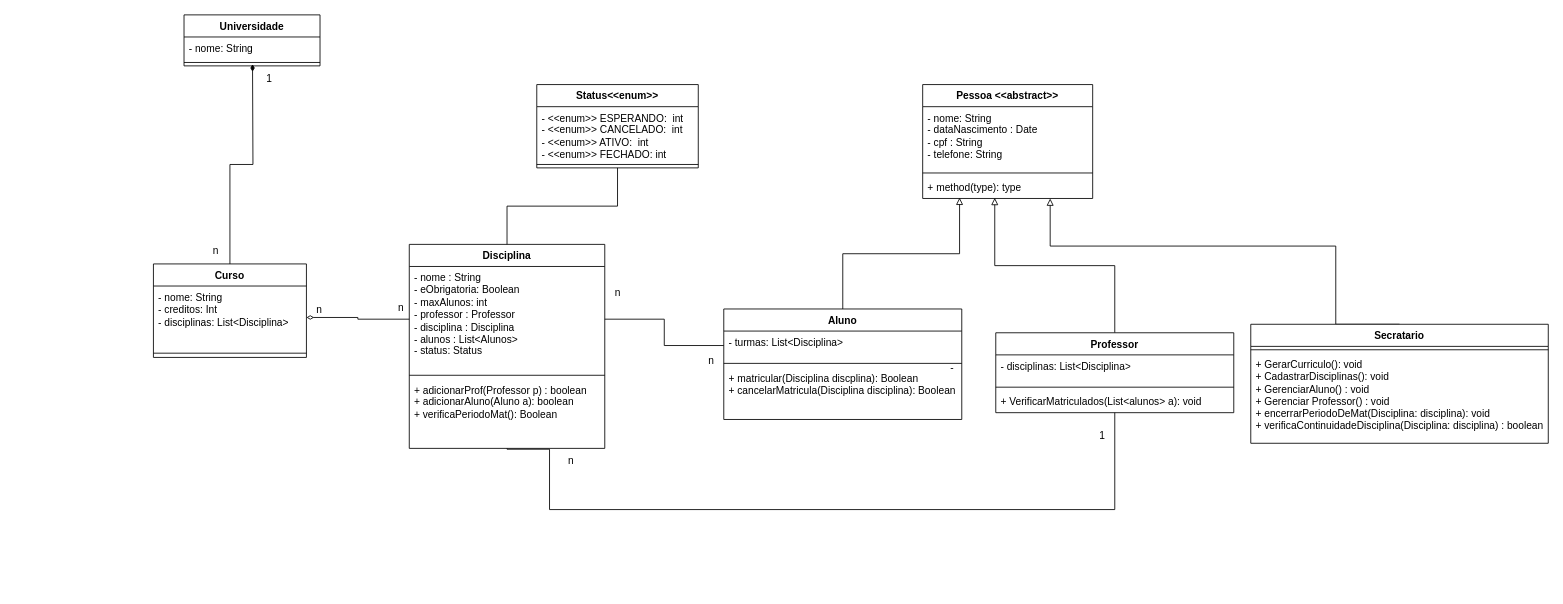
The draw.io diagram projeto/diagramas/DiagramaDeClasses.drawio in LDS-G5/Projeto-1, before the edit. Source tidied: cells renumbered, new cells numbered last; positions are measured from the earlier drawing's top-left corner, leaving out a move shared by most shapes. Both pictures are drawn from the tidied source at 85%, with x=0, y=0 at pixel (153, 14).
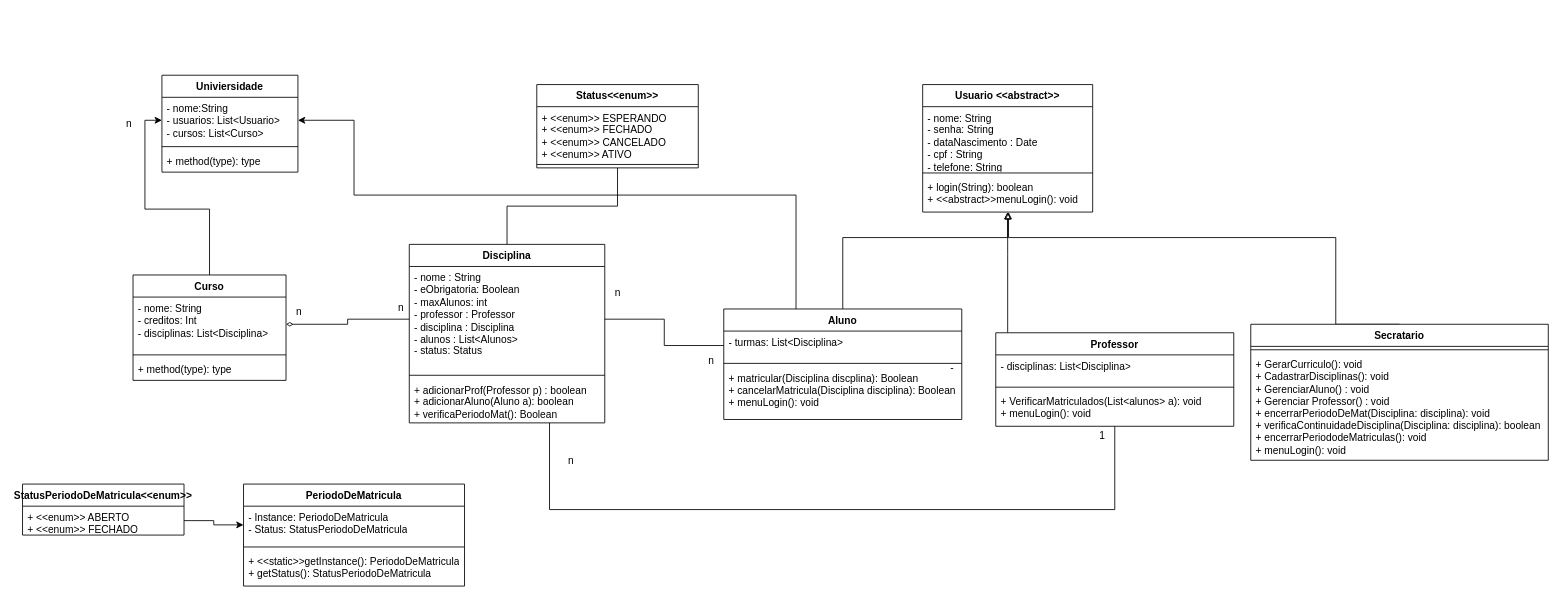
Above is the later version.

Commit message:
atualizado diagrama

Unchanged cells that the change refers to:
```xml
<mxCell id="34" value="Aluno" style="swimlane;fontStyle=1;align=center;verticalAlign=top;horizontal=1;startSize=26;whiteSpace=wrap;html=1;" parent="1" vertex="1">
  <mxGeometry x="671" y="346" width="280" height="130" as="geometry" />
</mxCell>
<mxCell id="43" value="Status&amp;lt;&amp;lt;enum&amp;gt;&amp;gt;" style="swimlane;fontStyle=1;align=center;verticalAlign=top;horizontal=1;startSize=26;whiteSpace=wrap;html=1;" parent="1" vertex="1">
  <mxGeometry x="451" y="82" width="190" height="98" as="geometry" />
</mxCell>
```

What changed in the source:
```diff
@@
-    <mxCell id="2" style="edgeStyle=orthogonalEdgeStyle;rounded=0;jettySize=auto;html=1;entryX=0.566;entryY=1;entryDx=0;entryDy=0;endArrow=diamondThin;endFill=1;entryPerimeter=0;" parent="1" edge="1" source="3">
-      <mxGeometry relative="1" as="geometry">
-        <mxPoint x="116.6" y="58" as="targetPoint" />
-      </mxGeometry>
-    </mxCell>
-    <mxCell id="3" value="Curso" style="swimlane;fontStyle=1;align=center;verticalAlign=top;horizontal=1;startSize=26;whiteSpace=wrap;html=1;swimlaneFillColor=default;" parent="1" vertex="1">
-      <mxGeometry y="293" width="180" height="110" as="geometry" />
-    </mxCell>
-    <mxCell id="4" value="- nome: String&lt;br&gt;- creditos: Int&lt;br&gt;- disciplinas: List&amp;lt;Disciplina&amp;gt;" style="text;strokeColor=none;fillColor=none;align=left;verticalAlign=top;spacingLeft=4;spacingRight=4;overflow=hidden;points=[[0,0.5],[1,0.5]];portConstraint=eastwest;whiteSpace=wrap;html=1;swimlaneFillColor=default;" parent="3" vertex="1">
-      <mxGeometry y="26" width="180" height="74" as="geometry" />
-    </mxCell>
-    <mxCell id="5" style="line;strokeWidth=1;fillColor=none;align=left;verticalAlign=middle;spacingTop=-1;spacingLeft=3;spacingRight=3;labelPosition=right;strokeColor=inherit;swimlaneFillColor=default;" parent="3" vertex="1">
-      <mxGeometry y="100" width="180" height="10" as="geometry" />
-    </mxCell>
     <mxCell id="6" value="Disciplina" style="swimlane;fontStyle=1;align=center;verticalAlign=top;horizontal=1;startSize=26;whiteSpace=wrap;html=1;" parent="1" vertex="1">
-      <mxGeometry x="301" y="270" width="230" height="240" as="geometry" />
+      <mxGeometry x="301" y="270" width="230" height="210" as="geometry" />
     </mxCell>
@@
     <mxCell id="9" value="+ adicionarProf(Professor p) : boolean&lt;br&gt;+ adicionarAluno(Aluno a): boolean&lt;br&gt;+ verificaPeriodoMat(): Boolean" style="text;strokeColor=none;fillColor=none;align=left;verticalAlign=top;spacingLeft=4;spacingRight=4;overflow=hidden;points=[[0,0.5],[1,0.5]];portConstraint=eastwest;whiteSpace=wrap;html=1;" parent="6" vertex="1">
-      <mxGeometry y="158" width="230" height="82" as="geometry" />
+      <mxGeometry y="158" width="230" height="52" as="geometry" />
     </mxCell>
-    <mxCell id="10" value="Universidade" style="swimlane;fontStyle=1;align=center;verticalAlign=top;horizontal=1;startSize=26;whiteSpace=wrap;html=1;" parent="1" vertex="1">
-      <mxGeometry x="36" width="160" height="60" as="geometry" />
-    </mxCell>
-    <mxCell id="11" value="- nome: String" style="text;strokeColor=none;fillColor=none;align=left;verticalAlign=top;spacingLeft=4;spacingRight=4;overflow=hidden;whiteSpace=wrap;html=1;" parent="10" vertex="1">
-      <mxGeometry y="26" width="160" height="26" as="geometry" />
-    </mxCell>
-    <mxCell id="12" style="line;strokeWidth=1;fillColor=none;align=left;verticalAlign=middle;spacingTop=-1;spacingLeft=3;spacingRight=3;labelPosition=right;strokeColor=inherit;" parent="10" vertex="1">
-      <mxGeometry y="52" width="160" height="8" as="geometry" />
-    </mxCell>
     <mxCell id="13" value="n" style="text;html=1;align=center;verticalAlign=middle;strokeColor=none;fillColor=none;" parent="1" vertex="1">
-      <mxGeometry x="58" y="263" width="30" height="30" as="geometry" />
+      <mxGeometry x="-44" y="113" width="30" height="30" as="geometry" />
     </mxCell>
     <mxCell id="14" style="edgeStyle=orthogonalEdgeStyle;rounded=0;jettySize=auto;html=1;endArrow=block;endFill=0;exitX=0.5;exitY=0;exitDx=0;exitDy=0;" parent="1" edge="1" source="15" target="21">
       <mxGeometry relative="1" as="geometry">
         <Array as="points">
-          <mxPoint x="1391" y="272" />
-          <mxPoint x="1055" y="272" />
+          <mxPoint x="1391" y="364" />
+          <mxPoint x="1391" y="262" />
+          <mxPoint x="1006" y="262" />
         </Array>
       </mxGeometry>
     </mxCell>
     <mxCell id="15" value="Secratario" style="swimlane;fontStyle=1;align=center;verticalAlign=top;horizontal=1;startSize=26;whiteSpace=wrap;html=1;" parent="1" vertex="1">
-      <mxGeometry x="1291" y="364" width="350" height="140" as="geometry" />
+      <mxGeometry x="1291" y="364" width="350" height="160" as="geometry" />
     </mxCell>
@@
-    <mxCell id="17" value="+ GerarCurriculo(): void&lt;br&gt;+ CadastrarDisciplinas(): void&lt;br&gt;+ GerenciarAluno() : void&lt;br&gt;+ Gerenciar Professor() : void&lt;br&gt;+ encerrarPeriodoDeMat(Disciplina: disciplina): void&lt;br&gt;+ verificaContinuidadeDisciplina(Disciplina: disciplina) : boolean" style="text;strokeColor=none;fillColor=none;align=left;verticalAlign=top;spacingLeft=4;spacingRight=4;overflow=hidden;whiteSpace=wrap;html=1;" parent="15" vertex="1">
-      <mxGeometry y="34" width="350" height="106" as="geometry" />
+    <mxCell id="17" value="+ GerarCurriculo(): void&lt;br&gt;+ CadastrarDisciplinas(): void&lt;br&gt;+ GerenciarAluno() : void&lt;br&gt;+ Gerenciar Professor() : void&lt;br&gt;+ encerrarPeriodoDeMat(Disciplina: disciplina): void&lt;br&gt;+ verificaContinuidadeDisciplina(Disciplina: disciplina): boolean&lt;br&gt;+ encerrarPeriododeMatriculas(): void&lt;br&gt;+ menuLogin(): void" style="text;strokeColor=none;fillColor=none;align=left;verticalAlign=top;spacingLeft=4;spacingRight=4;overflow=hidden;whiteSpace=wrap;html=1;" parent="15" vertex="1">
+      <mxGeometry y="34" width="350" height="126" as="geometry" />
     </mxCell>
-    <mxCell id="18" value="Pessoa &amp;lt;&amp;lt;abstract&amp;gt;&amp;gt;" style="swimlane;fontStyle=1;align=center;verticalAlign=top;horizontal=1;startSize=26;whiteSpace=wrap;html=1;" parent="1" vertex="1">
-      <mxGeometry x="905" y="82" width="200" height="134" as="geometry" />
+    <mxCell id="18" value="Usuario &amp;lt;&amp;lt;abstract&amp;gt;&amp;gt;" style="swimlane;fontStyle=1;align=center;verticalAlign=top;horizontal=1;startSize=26;whiteSpace=wrap;html=1;" parent="1" vertex="1">
+      <mxGeometry x="905" y="82" width="200" height="150" as="geometry" />
     </mxCell>
-    <mxCell id="19" value="- nome: String&lt;br&gt;- dataNascimento : Date&lt;br&gt;- cpf : String&lt;br&gt;- telefone: String" style="text;strokeColor=none;fillColor=none;align=left;verticalAlign=top;spacingLeft=4;spacingRight=4;overflow=hidden;whiteSpace=wrap;html=1;" parent="18" vertex="1">
+    <mxCell id="19" value="- nome: String&lt;br&gt;- senha: String&lt;br&gt;- dataNascimento : Date&lt;br&gt;- cpf : String&lt;br&gt;- telefone: String" style="text;strokeColor=none;fillColor=none;align=left;verticalAlign=top;spacingLeft=4;spacingRight=4;overflow=hidden;whiteSpace=wrap;html=1;" parent="18" vertex="1">
       <mxGeometry y="26" width="200" height="74" as="geometry" />
     </mxCell>
@@
-    <mxCell id="21" value="+ method(type): type" style="text;strokeColor=none;fillColor=none;align=left;verticalAlign=top;spacingLeft=4;spacingRight=4;overflow=hidden;points=[[0,0.5],[1,0.5]];portConstraint=eastwest;whiteSpace=wrap;html=1;" parent="18" vertex="1">
-      <mxGeometry y="108" width="200" height="26" as="geometry" />
+    <mxCell id="21" value="+ login(String): boolean&lt;br&gt;+ &amp;lt;&amp;lt;abstract&amp;gt;&amp;gt;menuLogin(): void" style="text;strokeColor=none;fillColor=none;align=left;verticalAlign=top;spacingLeft=4;spacingRight=4;overflow=hidden;points=[[0,0.5],[1,0.5]];portConstraint=eastwest;whiteSpace=wrap;html=1;" parent="18" vertex="1">
+      <mxGeometry y="108" width="200" height="42" as="geometry" />
     </mxCell>
@@
-    <mxCell id="25" value="1" style="text;html=1;align=center;verticalAlign=middle;strokeColor=none;fillColor=none;" parent="1" vertex="1">
-      <mxGeometry x="121" y="60" width="30" height="30" as="geometry" />
-    </mxCell>
@@
-    <mxCell id="27" style="edgeStyle=orthogonalEdgeStyle;rounded=0;jettySize=auto;html=1;entryX=0.424;entryY=0.972;entryDx=0;entryDy=0;entryPerimeter=0;endArrow=block;endFill=0;" parent="1" edge="1" source="29" target="21">
-      <mxGeometry relative="1" as="geometry" />
+    <mxCell id="27" style="edgeStyle=orthogonalEdgeStyle;rounded=0;jettySize=auto;html=1;endArrow=block;endFill=0;" parent="1" edge="1" source="29" target="21">
+      <mxGeometry relative="1" as="geometry">
+        <Array as="points">
+          <mxPoint x="1005" y="282" />
+          <mxPoint x="1005" y="282" />
+        </Array>
+      </mxGeometry>
     </mxCell>
     <mxCell id="28" style="edgeStyle=orthogonalEdgeStyle;rounded=0;jettySize=auto;html=1;endArrow=none;endFill=0;" parent="1" edge="1" source="29" target="9">
       <mxGeometry relative="1" as="geometry">
         <Array as="points">
           <mxPoint x="1131" y="582" />
           <mxPoint x="466" y="582" />
-          <mxPoint x="466" y="511" />
-          <mxPoint x="416" y="511" />
         </Array>
       </mxGeometry>
     </mxCell>
     <mxCell id="29" value="Professor" style="swimlane;fontStyle=1;align=center;verticalAlign=top;horizontal=1;startSize=26;whiteSpace=wrap;html=1;" parent="1" vertex="1">
-      <mxGeometry x="991" y="374" width="280" height="94" as="geometry" />
+      <mxGeometry x="991" y="374" width="280" height="110" as="geometry" />
     </mxCell>
@@
-    <mxCell id="32" value="+ VerificarMatriculados(List&amp;lt;alunos&amp;gt; a): void" style="text;strokeColor=none;fillColor=none;align=left;verticalAlign=top;spacingLeft=4;spacingRight=4;overflow=hidden;whiteSpace=wrap;html=1;" parent="29" vertex="1">
-      <mxGeometry y="68" width="280" height="26" as="geometry" />
+    <mxCell id="32" value="+ VerificarMatriculados(List&amp;lt;alunos&amp;gt; a): void&lt;br&gt;+ menuLogin(): void" style="text;strokeColor=none;fillColor=none;align=left;verticalAlign=top;spacingLeft=4;spacingRight=4;overflow=hidden;whiteSpace=wrap;html=1;" parent="29" vertex="1">
+      <mxGeometry y="68" width="280" height="42" as="geometry" />
     </mxCell>
-    <mxCell id="33" style="edgeStyle=orthogonalEdgeStyle;rounded=0;jettySize=auto;html=1;entryX=0.217;entryY=0.962;entryDx=0;entryDy=0;entryPerimeter=0;endArrow=block;endFill=0;" parent="1" edge="1" source="34" target="21">
-      <mxGeometry relative="1" as="geometry" />
+    <mxCell id="33" style="edgeStyle=orthogonalEdgeStyle;rounded=0;jettySize=auto;html=1;endArrow=block;endFill=0;" parent="1" edge="1" source="34" target="21">
+      <mxGeometry relative="1" as="geometry">
+        <Array as="points">
+          <mxPoint x="811" y="262" />
+          <mxPoint x="1005" y="262" />
+        </Array>
+      </mxGeometry>
     </mxCell>
+    <mxCell id="47" style="edgeStyle=orthogonalEdgeStyle;rounded=0;jettySize=auto;html=1;" parent="1" edge="1" source="34" target="56">
+      <mxGeometry relative="1" as="geometry">
+        <Array as="points">
+          <mxPoint x="756" y="212" />
+          <mxPoint x="236" y="212" />
+          <mxPoint x="236" y="124" />
+        </Array>
+      </mxGeometry>
+    </mxCell>
@@
-    <mxCell id="37" value="+ matricular(Disciplina discplina): Boolean&lt;br&gt;+ cancelarMatricula(Disciplina disciplina): Boolean" style="text;strokeColor=none;fillColor=none;align=left;verticalAlign=top;spacingLeft=4;spacingRight=4;overflow=hidden;whiteSpace=wrap;html=1;" parent="34" vertex="1">
+    <mxCell id="37" value="+ matricular(Disciplina discplina): Boolean&lt;br&gt;+ cancelarMatricula(Disciplina disciplina): Boolean&lt;br&gt;+ menuLogin(): void" style="text;strokeColor=none;fillColor=none;align=left;verticalAlign=top;spacingLeft=4;spacingRight=4;overflow=hidden;whiteSpace=wrap;html=1;" parent="34" vertex="1">
       <mxGeometry y="68" width="280" height="62" as="geometry" />
     </mxCell>
@@
     <mxCell id="39" value="n" style="text;html=1;align=center;verticalAlign=middle;strokeColor=none;fillColor=none;" parent="1" vertex="1">
-      <mxGeometry x="180" y="332" width="30" height="30" as="geometry" />
+      <mxGeometry x="156" y="334" width="30" height="30" as="geometry" />
     </mxCell>
@@
-    <mxCell id="44" value="- &amp;lt;&amp;lt;enum&amp;gt;&amp;gt; ESPERANDO:&amp;nbsp; int&lt;br&gt;- &amp;lt;&amp;lt;enum&amp;gt;&amp;gt; CANCELADO:&amp;nbsp; int&lt;br&gt;- &amp;lt;&amp;lt;enum&amp;gt;&amp;gt; ATIVO:&amp;nbsp; int&lt;br&gt;- &amp;lt;&amp;lt;enum&amp;gt;&amp;gt; FECHADO: int" style="text;strokeColor=none;fillColor=none;align=left;verticalAlign=top;spacingLeft=4;spacingRight=4;overflow=hidden;whiteSpace=wrap;html=1;" parent="43" vertex="1">
+    <mxCell id="44" value="+ &amp;lt;&amp;lt;enum&amp;gt;&amp;gt; ESPERANDO&lt;br&gt;+ &amp;lt;&amp;lt;enum&amp;gt;&amp;gt; FECHADO&lt;br&gt;+ &amp;lt;&amp;lt;enum&amp;gt;&amp;gt; CANCELADO&lt;br&gt;+ &amp;lt;&amp;lt;enum&amp;gt;&amp;gt; ATIVO" style="text;strokeColor=none;fillColor=none;align=left;verticalAlign=top;spacingLeft=4;spacingRight=4;overflow=hidden;whiteSpace=wrap;html=1;" parent="43" vertex="1">
       <mxGeometry y="26" width="190" height="64" as="geometry" />
     </mxCell>
@@
+    <mxCell id="48" value="StatusPeriodoDeMatricula&amp;lt;&amp;lt;enum&amp;gt;&amp;gt;" style="swimlane;fontStyle=1;align=center;verticalAlign=top;horizontal=1;startSize=26;whiteSpace=wrap;html=1;" parent="1" vertex="1">
+      <mxGeometry x="-154" y="552" width="190" height="60" as="geometry" />
+    </mxCell>
+    <mxCell id="49" value="+ &amp;lt;&amp;lt;enum&amp;gt;&amp;gt; ABERTO&lt;br&gt;+ &amp;lt;&amp;lt;enum&amp;gt;&amp;gt; FECHADO&lt;br&gt;" style="text;strokeColor=none;fillColor=none;align=left;verticalAlign=top;spacingLeft=4;spacingRight=4;overflow=hidden;points=[[0,0.5],[1,0.5]];portConstraint=eastwest;whiteSpace=wrap;html=1;" parent="48" vertex="1">
+      <mxGeometry y="26" width="190" height="34" as="geometry" />
+    </mxCell>
+    <mxCell id="50" value="PeriodoDeMatricula" style="swimlane;fontStyle=1;align=center;verticalAlign=top;horizontal=1;startSize=26;whiteSpace=wrap;html=1;" parent="1" vertex="1">
+      <mxGeometry x="106" y="552" width="260" height="120" as="geometry" />
+    </mxCell>
+    <mxCell id="51" value="- Instance: PeriodoDeMatricula&lt;br&gt;- Status: StatusPeriodoDeMatricula" style="text;strokeColor=none;fillColor=none;align=left;verticalAlign=top;spacingLeft=4;spacingRight=4;overflow=hidden;points=[[0,0.5],[1,0.5]];portConstraint=eastwest;whiteSpace=wrap;html=1;" parent="50" vertex="1">
+      <mxGeometry y="26" width="260" height="44" as="geometry" />
+    </mxCell>
+    <mxCell id="52" style="line;strokeWidth=1;fillColor=none;align=left;verticalAlign=middle;spacingTop=-1;spacingLeft=3;spacingRight=3;labelPosition=right;strokeColor=inherit;" parent="50" vertex="1">
+      <mxGeometry y="70" width="260" height="8" as="geometry" />
+    </mxCell>
+    <mxCell id="53" value="+ &amp;lt;&amp;lt;static&amp;gt;&amp;gt;getInstance(): PeriodoDeMatricula&lt;br&gt;+ getStatus(): StatusPeriodoDeMatricula" style="text;strokeColor=none;fillColor=none;align=left;verticalAlign=top;spacingLeft=4;spacingRight=4;overflow=hidden;whiteSpace=wrap;html=1;" parent="50" vertex="1">
+      <mxGeometry y="78" width="260" height="42" as="geometry" />
+    </mxCell>
+    <mxCell id="54" style="edgeStyle=orthogonalEdgeStyle;rounded=0;jettySize=auto;html=1;exitX=1;exitY=0.5;exitDx=0;exitDy=0;" parent="1" edge="1" source="49" target="51">
+      <mxGeometry relative="1" as="geometry" />
+    </mxCell>
+    <mxCell id="55" value="Univiersidade" style="swimlane;fontStyle=1;align=center;verticalAlign=top;horizontal=1;startSize=26;whiteSpace=wrap;html=1;" parent="1" vertex="1">
+      <mxGeometry x="10" y="71" width="160" height="114" as="geometry" />
+    </mxCell>
+    <mxCell id="56" value="- nome:String&lt;br&gt;- usuarios: List&amp;lt;Usuario&amp;gt;&lt;br&gt;- cursos: List&amp;lt;Curso&amp;gt;" style="text;strokeColor=none;fillColor=none;align=left;verticalAlign=top;spacingLeft=4;spacingRight=4;overflow=hidden;points=[[0,0.5],[1,0.5]];portConstraint=eastwest;whiteSpace=wrap;html=1;" parent="55" vertex="1">
+      <mxGeometry y="26" width="160" height="54" as="geometry" />
+    </mxCell>
+    <mxCell id="57" style="line;strokeWidth=1;fillColor=none;align=left;verticalAlign=middle;spacingTop=-1;spacingLeft=3;spacingRight=3;labelPosition=right;strokeColor=inherit;" parent="55" vertex="1">
+      <mxGeometry y="80" width="160" height="8" as="geometry" />
+    </mxCell>
+    <mxCell id="58" value="+ method(type): type" style="text;strokeColor=none;fillColor=none;align=left;verticalAlign=top;spacingLeft=4;spacingRight=4;overflow=hidden;whiteSpace=wrap;html=1;" parent="55" vertex="1">
+      <mxGeometry y="88" width="160" height="26" as="geometry" />
+    </mxCell>
+    <mxCell id="59" style="edgeStyle=orthogonalEdgeStyle;rounded=0;jettySize=auto;html=1;" parent="1" edge="1" source="3" target="56">
+      <mxGeometry relative="1" as="geometry" />
+    </mxCell>
+    <mxCell id="3" value="Curso" style="swimlane;fontStyle=1;align=center;verticalAlign=top;horizontal=1;startSize=26;whiteSpace=wrap;html=1;" parent="1" vertex="1">
+      <mxGeometry x="-24" y="306" width="180" height="124" as="geometry" />
+    </mxCell>
+    <mxCell id="4" value="- nome: String&lt;br&gt;- creditos: Int&lt;br&gt;- disciplinas: List&amp;lt;Disciplina&amp;gt;" style="text;strokeColor=none;fillColor=none;align=left;verticalAlign=top;spacingLeft=4;spacingRight=4;overflow=hidden;points=[[0,0.5],[1,0.5]];portConstraint=eastwest;whiteSpace=wrap;html=1;" parent="3" vertex="1">
+      <mxGeometry y="26" width="180" height="64" as="geometry" />
+    </mxCell>
+    <mxCell id="60" style="line;strokeWidth=1;fillColor=none;align=left;verticalAlign=middle;spacingTop=-1;spacingLeft=3;spacingRight=3;labelPosition=right;strokeColor=inherit;" parent="3" vertex="1">
+      <mxGeometry y="90" width="180" height="8" as="geometry" />
+    </mxCell>
+    <mxCell id="61" value="+ method(type): type" style="text;strokeColor=none;fillColor=none;align=left;verticalAlign=top;spacingLeft=4;spacingRight=4;overflow=hidden;whiteSpace=wrap;html=1;" parent="3" vertex="1">
+      <mxGeometry y="98" width="180" height="26" as="geometry" />
+    </mxCell>
```
